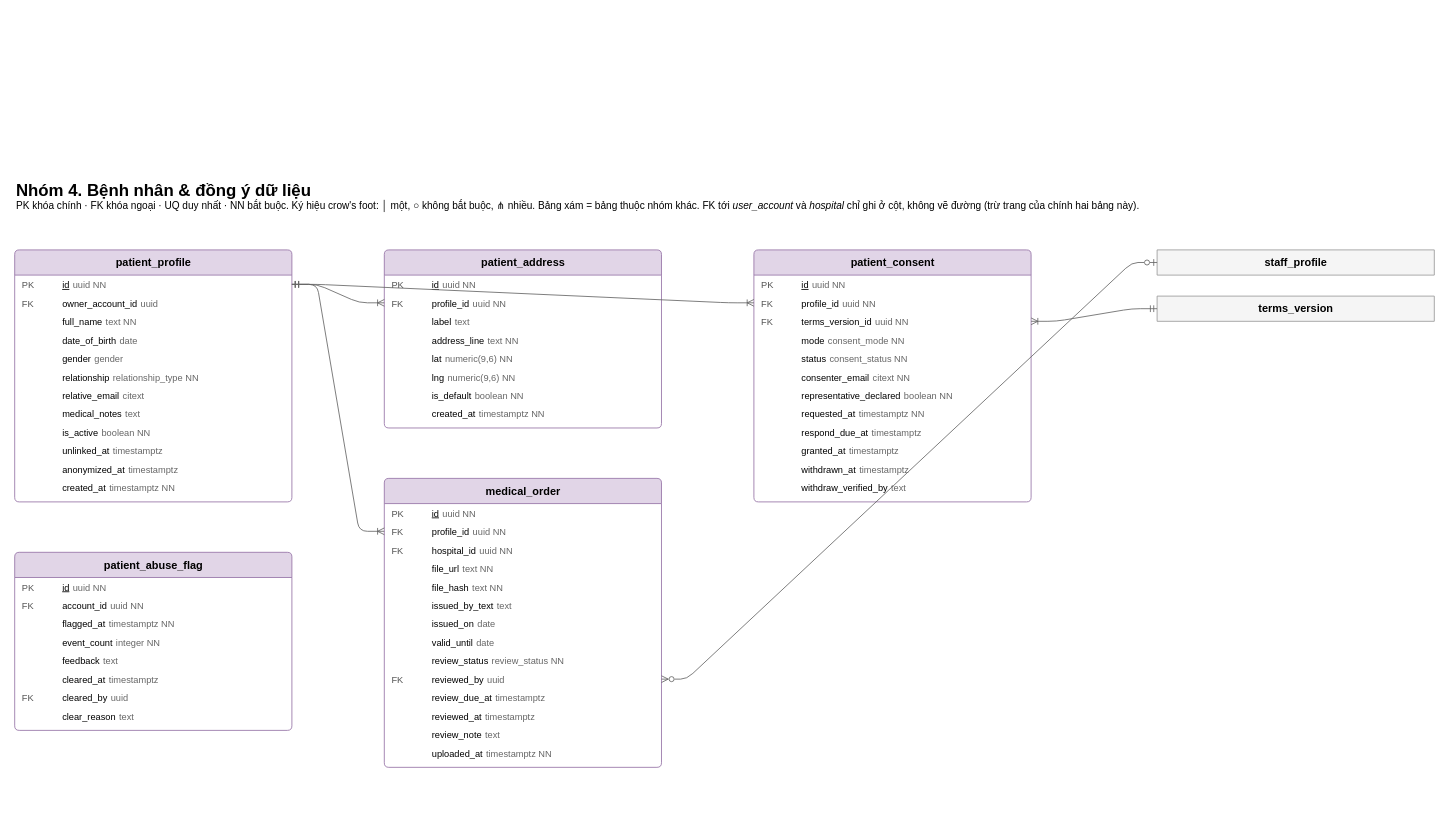
The draw.io diagram page "04. Bệnh nhân & đồng ý dữ liệu" (6 of 16) of docs/design/erd_diagram.drawio in NguyenHuuPhuc-Dev21/HealthCareSystem, before the edit. Source tidied: cells renumbered, new cells numbered last; positions are measured from the earlier drawing's top-left corner, leaving out a move shared by most shapes. Both pictures are drawn from the tidied source at 84%, with x=0, y=0 at pixel (14, 174).
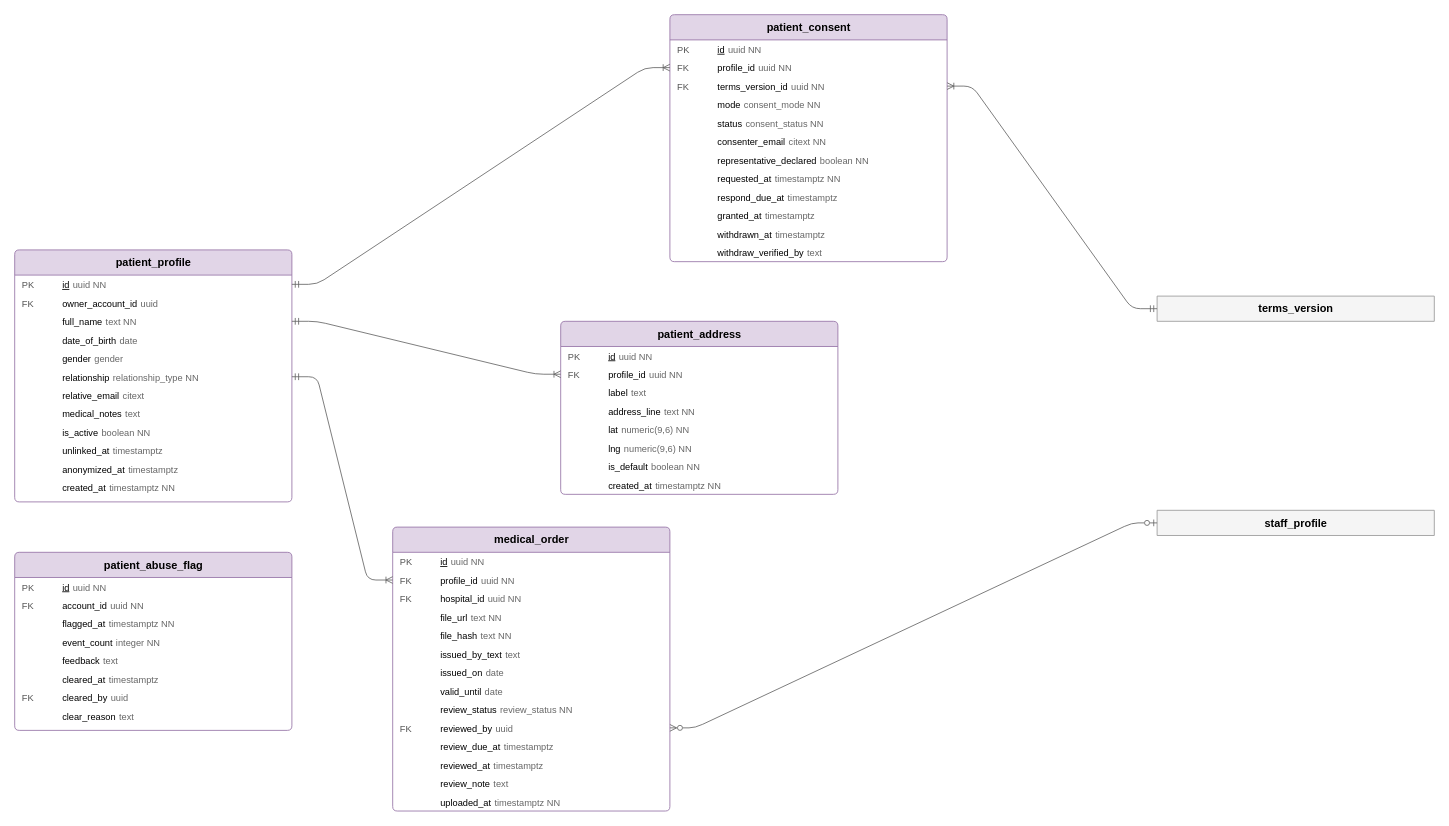
The same page after the edit.

Unchanged cells that the change refers to:
```xml
<mxCell id="4" value="&lt;table style=&quot;width:100%;font-size:11px&quot;&gt;&lt;tr&gt;&lt;td style=&quot;width:44px;color:#555&quot;&gt;PK&lt;/td&gt;&lt;td&gt;&lt;u&gt;id&lt;/u&gt;&lt;/td&gt;&lt;td style=&quot;text-align:right;color:#666&quot;&gt;uuid NN&lt;/td&gt;&lt;/tr&gt;&lt;/table&gt;" style="text;html=1;strokeColor=none;fillColor=none;align=left;verticalAlign=middle;spacingLeft=4;spacingRight=4;overflow=hidden;points=[[0,0.5],[1,0.5]];portConstraint=eastwest;fontSize=11;" parent="3" vertex="1">
  <mxGeometry y="30" width="330" height="22" as="geometry" />
</mxCell>
<mxCell id="6" value="&lt;table style=&quot;width:100%;font-size:11px&quot;&gt;&lt;tr&gt;&lt;td style=&quot;width:44px;color:#555&quot;&gt;&lt;/td&gt;&lt;td&gt;full_name&lt;/td&gt;&lt;td style=&quot;text-align:right;color:#666&quot;&gt;text NN&lt;/td&gt;&lt;/tr&gt;&lt;/table&gt;" style="text;html=1;strokeColor=none;fillColor=none;align=left;verticalAlign=middle;spacingLeft=4;spacingRight=4;overflow=hidden;points=[[0,0.5],[1,0.5]];portConstraint=eastwest;fontSize=11;" parent="3" vertex="1">
  <mxGeometry y="74" width="330" height="22" as="geometry" />
</mxCell>
<mxCell id="9" value="&lt;table style=&quot;width:100%;font-size:11px&quot;&gt;&lt;tr&gt;&lt;td style=&quot;width:44px;color:#555&quot;&gt;&lt;/td&gt;&lt;td&gt;relationship&lt;/td&gt;&lt;td style=&quot;text-align:right;color:#666&quot;&gt;relationship_type NN&lt;/td&gt;&lt;/tr&gt;&lt;/table&gt;" style="text;html=1;strokeColor=none;fillColor=none;align=left;verticalAlign=middle;spacingLeft=4;spacingRight=4;overflow=hidden;points=[[0,0.5],[1,0.5]];portConstraint=eastwest;fontSize=11;" parent="3" vertex="1">
  <mxGeometry y="140" width="330" height="22" as="geometry" />
</mxCell>
<mxCell id="18" value="&lt;table style=&quot;width:100%;font-size:11px&quot;&gt;&lt;tr&gt;&lt;td style=&quot;width:44px;color:#555&quot;&gt;FK&lt;/td&gt;&lt;td&gt;profile_id&lt;/td&gt;&lt;td style=&quot;text-align:right;color:#666&quot;&gt;uuid NN&lt;/td&gt;&lt;/tr&gt;&lt;/table&gt;" style="text;html=1;strokeColor=none;fillColor=none;align=left;verticalAlign=middle;spacingLeft=4;spacingRight=4;overflow=hidden;points=[[0,0.5],[1,0.5]];portConstraint=eastwest;fontSize=11;" parent="16" vertex="1">
  <mxGeometry y="52" width="330" height="22" as="geometry" />
</mxCell>
<mxCell id="40" value="&lt;table style=&quot;width:100%;font-size:11px&quot;&gt;&lt;tr&gt;&lt;td style=&quot;width:44px;color:#555&quot;&gt;FK&lt;/td&gt;&lt;td&gt;profile_id&lt;/td&gt;&lt;td style=&quot;text-align:right;color:#666&quot;&gt;uuid NN&lt;/td&gt;&lt;/tr&gt;&lt;/table&gt;" style="text;html=1;strokeColor=none;fillColor=none;align=left;verticalAlign=middle;spacingLeft=4;spacingRight=4;overflow=hidden;points=[[0,0.5],[1,0.5]];portConstraint=eastwest;fontSize=11;" parent="38" vertex="1">
  <mxGeometry y="52" width="330" height="22" as="geometry" />
</mxCell>
```

Diff of the diagram source:
```diff
@@
-    <mxCell id="2" value="&lt;b style=font-size:20px&gt;Nhóm 4. Bệnh nhân &amp;amp; đồng ý dữ liệu&lt;/b&gt;&lt;br&gt;PK khóa chính · FK khóa ngoại · UQ duy nhất · NN bắt buộc. Ký hiệu crow&amp;#39;s foot: │ một, ○ không bắt buộc, ⋔ nhiều. Bảng xám = bảng thuộc nhóm khác. FK tới &lt;i&gt;user_account&lt;/i&gt; và &lt;i&gt;hospital&lt;/i&gt; chỉ ghi ở cột, không vẽ đường (trừ trang của chính hai bảng này)." style="text;html=1;align=left;verticalAlign=top;whiteSpace=wrap;fontSize=12;" parent="1" vertex="1">
-      <mxGeometry width="1500" height="70" as="geometry" />
-    </mxCell>
@@
     <mxCell id="16" value="patient_address" style="swimlane;fontStyle=1;horizontal=1;startSize=30;fillColor=#e1d5e7;strokeColor=#9673a6;rounded=1;arcSize=6;fontSize=13;html=1;" parent="1" vertex="1">
-      <mxGeometry x="440" y="90" width="330" height="212" as="geometry" />
+      <mxGeometry x="650" y="175" width="330" height="206" as="geometry" />
     </mxCell>
@@
     <mxCell id="25" value="patient_consent" style="swimlane;fontStyle=1;horizontal=1;startSize=30;fillColor=#e1d5e7;strokeColor=#9673a6;rounded=1;arcSize=6;fontSize=13;html=1;" parent="1" vertex="1">
-      <mxGeometry x="880" y="90" width="330" height="300" as="geometry" />
+      <mxGeometry x="780" y="-190" width="330" height="294" as="geometry" />
     </mxCell>
@@
     <mxCell id="38" value="medical_order" style="swimlane;fontStyle=1;horizontal=1;startSize=30;fillColor=#e1d5e7;strokeColor=#9673a6;rounded=1;arcSize=6;fontSize=13;html=1;" parent="1" vertex="1">
-      <mxGeometry x="440" y="362" width="330" height="344" as="geometry" />
+      <mxGeometry x="450" y="420" width="330" height="338" as="geometry" />
     </mxCell>
@@
     <mxCell id="62" value="staff_profile" style="swimlane;fontStyle=1;horizontal=1;startSize=30;fillColor=#f5f5f5;strokeColor=#999999;rounded=1;arcSize=6;fontSize=13;html=1;" parent="1" vertex="1">
-      <mxGeometry x="1360" y="90" width="330" height="30" as="geometry" />
+      <mxGeometry x="1360" y="400" width="330" height="30" as="geometry" />
     </mxCell>
@@
-    <mxCell id="64" style="edgeStyle=entityRelationEdgeStyle;fontSize=12;html=1;endArrow=ERmandOne;startArrow=ERoneToMany;endFill=0;startFill=0;strokeColor=#666666;rounded=1;" parent="1" edge="1" source="18" target="4">
+    <mxCell id="64" style="edgeStyle=entityRelationEdgeStyle;fontSize=12;html=1;endArrow=ERmandOne;startArrow=ERoneToMany;endFill=0;startFill=0;strokeColor=#666666;rounded=1;entryX=1;entryY=0.5;entryDx=0;entryDy=0;" parent="1" edge="1" source="18" target="6">
       <mxGeometry relative="1" as="geometry" />
     </mxCell>
@@
-    <mxCell id="67" style="edgeStyle=entityRelationEdgeStyle;fontSize=12;html=1;endArrow=ERmandOne;startArrow=ERoneToMany;endFill=0;startFill=0;strokeColor=#666666;rounded=1;" parent="1" edge="1" source="40" target="4">
+    <mxCell id="67" style="edgeStyle=entityRelationEdgeStyle;fontSize=12;html=1;endArrow=ERmandOne;startArrow=ERoneToMany;endFill=0;startFill=0;strokeColor=#666666;rounded=1;entryX=1;entryY=0.5;entryDx=0;entryDy=0;" parent="1" edge="1" source="40" target="9">
       <mxGeometry relative="1" as="geometry" />
     </mxCell>
```
